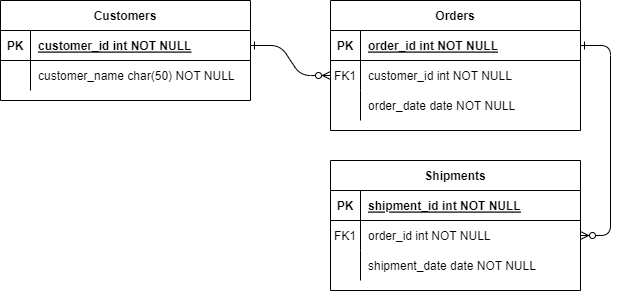
Earlier version of the draw.io export documents/diagrams/DER - Estoque.drawio.png (Estagio-IFSP/Estoque-CTI). Source tidied: cells renumbered, new cells last; positions are measured from the earlier drawing's top-left corner, leaving out a move shared by most shapes.
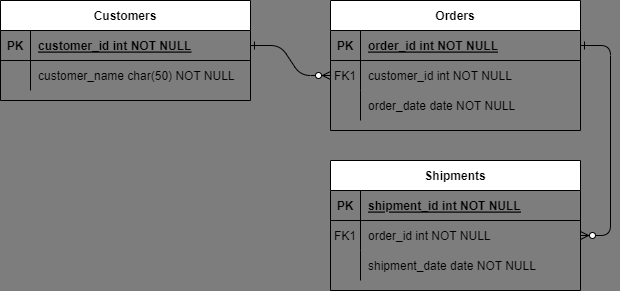
Above is the later version.

What changed in the source:
```diff
@@ -1,92 +1,92 @@
-<mxGraphModel>
+<mxGraphModel background="#7D7D7D">
   <root>
     <mxCell id="0" />
     <mxCell id="1" parent="0" />
-    <mxCell id="2" style="edgeStyle=entityRelationEdgeStyle;endArrow=ERzeroToMany;startArrow=ERone;endFill=1;startFill=0;" parent="1" edge="1" source="25" target="8">
+    <mxCell id="2" style="edgeStyle=entityRelationEdgeStyle;endArrow=ERzeroToMany;startArrow=ERone;endFill=1;startFill=0;fillColor=none;" parent="1" edge="1" source="25" target="8">
       <mxGeometry relative="1" as="geometry" />
     </mxCell>
-    <mxCell id="3" style="edgeStyle=entityRelationEdgeStyle;endArrow=ERzeroToMany;startArrow=ERone;endFill=1;startFill=0;" parent="1" edge="1" source="5" target="18">
+    <mxCell id="3" style="edgeStyle=entityRelationEdgeStyle;endArrow=ERzeroToMany;startArrow=ERone;endFill=1;startFill=0;fillColor=none;" parent="1" edge="1" source="5" target="18">
       <mxGeometry relative="1" as="geometry" />
     </mxCell>
     <mxCell id="4" value="Orders" style="shape=table;startSize=30;rowLines=0;fontStyle=1;align=center;" parent="1" vertex="1">
       <mxGeometry x="330" width="250" height="130" as="geometry" />
     </mxCell>
-    <mxCell id="5" style="shape=partialRectangle;fillColor=none;points=[[0,0.5],[1,0.5]];portConstraint=eastwest;top=0;left=0;right=0;bottom=1;" parent="4" vertex="1">
+    <mxCell id="5" style="shape=partialRectangle;points=[[0,0.5],[1,0.5]];portConstraint=eastwest;top=0;left=0;right=0;bottom=1;fillColor=none;" parent="4" vertex="1">
       <mxGeometry y="30" width="250" height="30" as="geometry" />
     </mxCell>
-    <mxCell id="6" value="PK" style="shape=partialRectangle;overflow=hidden;fillColor=none;top=0;left=0;bottom=0;right=0;fontStyle=1;" parent="5" vertex="1">
+    <mxCell id="6" value="PK" style="shape=partialRectangle;overflow=hidden;top=0;left=0;bottom=0;right=0;fontStyle=1;fillColor=none;" parent="5" vertex="1">
       <mxGeometry width="30" height="30" as="geometry" />
     </mxCell>
-    <mxCell id="7" value="order_id int NOT NULL " style="shape=partialRectangle;overflow=hidden;fillColor=none;top=0;left=0;bottom=0;right=0;align=left;spacingLeft=6;fontStyle=5;" parent="5" vertex="1">
+    <mxCell id="7" value="order_id int NOT NULL " style="shape=partialRectangle;overflow=hidden;top=0;left=0;bottom=0;right=0;align=left;spacingLeft=6;fontStyle=5;fillColor=none;" parent="5" vertex="1">
       <mxGeometry x="30" width="220" height="30" as="geometry" />
     </mxCell>
-    <mxCell id="8" style="shape=partialRectangle;fillColor=none;points=[[0,0.5],[1,0.5]];portConstraint=eastwest;top=0;left=0;right=0;bottom=0;" parent="4" vertex="1">
+    <mxCell id="8" style="shape=partialRectangle;points=[[0,0.5],[1,0.5]];portConstraint=eastwest;top=0;left=0;right=0;bottom=0;fillColor=none;" parent="4" vertex="1">
       <mxGeometry y="60" width="250" height="30" as="geometry" />
     </mxCell>
-    <mxCell id="9" value="FK1" style="shape=partialRectangle;overflow=hidden;fillColor=none;top=0;left=0;bottom=0;right=0;" parent="8" vertex="1">
+    <mxCell id="9" value="FK1" style="shape=partialRectangle;overflow=hidden;top=0;left=0;bottom=0;right=0;fillColor=none;" parent="8" vertex="1">
       <mxGeometry width="30" height="30" as="geometry" />
     </mxCell>
-    <mxCell id="10" value="customer_id int NOT NULL" style="shape=partialRectangle;overflow=hidden;fillColor=none;top=0;left=0;bottom=0;right=0;align=left;spacingLeft=6;" parent="8" vertex="1">
+    <mxCell id="10" value="customer_id int NOT NULL" style="shape=partialRectangle;overflow=hidden;top=0;left=0;bottom=0;right=0;align=left;spacingLeft=6;fillColor=none;" parent="8" vertex="1">
       <mxGeometry x="30" width="220" height="30" as="geometry" />
     </mxCell>
-    <mxCell id="11" style="shape=partialRectangle;fillColor=none;top=0;left=0;right=0;bottom=0;" parent="4" vertex="1">
+    <mxCell id="11" style="shape=partialRectangle;top=0;left=0;right=0;bottom=0;fillColor=none;" parent="4" vertex="1">
       <mxGeometry y="90" width="250" height="30" as="geometry" />
     </mxCell>
-    <mxCell id="12" style="shape=partialRectangle;overflow=hidden;fillColor=none;top=0;left=0;bottom=0;right=0;" parent="11" vertex="1">
+    <mxCell id="12" style="shape=partialRectangle;overflow=hidden;top=0;left=0;bottom=0;right=0;fillColor=none;" parent="11" vertex="1">
       <mxGeometry width="30" height="30" as="geometry" />
     </mxCell>
-    <mxCell id="13" value="order_date date NOT NULL" style="shape=partialRectangle;overflow=hidden;fillColor=none;top=0;left=0;bottom=0;right=0;align=left;spacingLeft=6;" parent="11" vertex="1">
+    <mxCell id="13" value="order_date date NOT NULL" style="shape=partialRectangle;overflow=hidden;top=0;left=0;bottom=0;right=0;align=left;spacingLeft=6;fillColor=none;" parent="11" vertex="1">
       <mxGeometry x="30" width="220" height="30" as="geometry" />
     </mxCell>
     <mxCell id="14" value="Shipments" style="shape=table;startSize=30;rowLines=0;fontStyle=1;align=center;" parent="1" vertex="1">
       <mxGeometry x="330" y="160" width="250" height="130" as="geometry" />
     </mxCell>
-    <mxCell id="15" style="shape=partialRectangle;fillColor=none;top=0;left=0;right=0;bottom=1;" parent="14" vertex="1">
+    <mxCell id="15" style="shape=partialRectangle;top=0;left=0;right=0;bottom=1;fillColor=none;" parent="14" vertex="1">
       <mxGeometry y="30" width="250" height="30" as="geometry" />
     </mxCell>
-    <mxCell id="16" value="PK" style="shape=partialRectangle;overflow=hidden;fillColor=none;top=0;left=0;bottom=0;right=0;fontStyle=1;" parent="15" vertex="1">
+    <mxCell id="16" value="PK" style="shape=partialRectangle;overflow=hidden;top=0;left=0;bottom=0;right=0;fontStyle=1;fillColor=none;" parent="15" vertex="1">
       <mxGeometry width="30" height="30" as="geometry" />
     </mxCell>
-    <mxCell id="17" value="shipment_id int NOT NULL " style="shape=partialRectangle;overflow=hidden;fillColor=none;top=0;left=0;bottom=0;right=0;align=left;spacingLeft=6;fontStyle=5;" parent="15" vertex="1">
+    <mxCell id="17" value="shipment_id int NOT NULL " style="shape=partialRectangle;overflow=hidden;top=0;left=0;bottom=0;right=0;align=left;spacingLeft=6;fontStyle=5;fillColor=none;" parent="15" vertex="1">
       <mxGeometry x="30" width="220" height="30" as="geometry" />
     </mxCell>
-    <mxCell id="18" style="shape=partialRectangle;fillColor=none;points=[[0,0.5],[1,0.5]];portConstraint=eastwest;top=0;left=0;right=0;bottom=0;" parent="14" vertex="1">
+    <mxCell id="18" style="shape=partialRectangle;points=[[0,0.5],[1,0.5]];portConstraint=eastwest;top=0;left=0;right=0;bottom=0;fillColor=none;" parent="14" vertex="1">
       <mxGeometry y="60" width="250" height="30" as="geometry" />
     </mxCell>
-    <mxCell id="19" value="FK1" style="shape=partialRectangle;overflow=hidden;fillColor=none;top=0;left=0;bottom=0;right=0;" parent="18" vertex="1">
+    <mxCell id="19" value="FK1" style="shape=partialRectangle;overflow=hidden;top=0;left=0;bottom=0;right=0;fillColor=none;" parent="18" vertex="1">
       <mxGeometry width="30" height="30" as="geometry" />
     </mxCell>
-    <mxCell id="20" value="order_id int NOT NULL" style="shape=partialRectangle;overflow=hidden;fillColor=none;top=0;left=0;bottom=0;right=0;align=left;spacingLeft=6;" parent="18" vertex="1">
+    <mxCell id="20" value="order_id int NOT NULL" style="shape=partialRectangle;overflow=hidden;top=0;left=0;bottom=0;right=0;align=left;spacingLeft=6;fillColor=none;" parent="18" vertex="1">
       <mxGeometry x="30" width="220" height="30" as="geometry" />
     </mxCell>
-    <mxCell id="21" style="shape=partialRectangle;fillColor=none;top=0;left=0;right=0;bottom=0;" parent="14" vertex="1">
+    <mxCell id="21" style="shape=partialRectangle;top=0;left=0;right=0;bottom=0;fillColor=none;" parent="14" vertex="1">
       <mxGeometry y="90" width="250" height="30" as="geometry" />
     </mxCell>
-    <mxCell id="22" style="shape=partialRectangle;overflow=hidden;fillColor=none;top=0;left=0;bottom=0;right=0;" parent="21" vertex="1">
+    <mxCell id="22" style="shape=partialRectangle;overflow=hidden;top=0;left=0;bottom=0;right=0;fillColor=none;" parent="21" vertex="1">
       <mxGeometry width="30" height="30" as="geometry" />
     </mxCell>
-    <mxCell id="23" value="shipment_date date NOT NULL" style="shape=partialRectangle;overflow=hidden;fillColor=none;top=0;left=0;bottom=0;right=0;align=left;spacingLeft=6;" parent="21" vertex="1">
+    <mxCell id="23" value="shipment_date date NOT NULL" style="shape=partialRectangle;overflow=hidden;top=0;left=0;bottom=0;right=0;align=left;spacingLeft=6;fillColor=none;" parent="21" vertex="1">
       <mxGeometry x="30" width="220" height="30" as="geometry" />
     </mxCell>
     <mxCell id="24" value="Customers" style="shape=table;startSize=30;rowLines=0;fontStyle=1;align=center;" parent="1" vertex="1">
       <mxGeometry width="250" height="100" as="geometry" />
     </mxCell>
-    <mxCell id="25" style="shape=partialRectangle;fillColor=none;points=[[0,0.5],[1,0.5]];portConstraint=eastwest;top=0;left=0;right=0;bottom=1;" parent="24" vertex="1">
+    <mxCell id="25" style="shape=partialRectangle;points=[[0,0.5],[1,0.5]];portConstraint=eastwest;top=0;left=0;right=0;bottom=1;fillColor=none;" parent="24" vertex="1">
       <mxGeometry y="30" width="250" height="30" as="geometry" />
     </mxCell>
-    <mxCell id="26" value="PK" style="shape=partialRectangle;overflow=hidden;fillColor=none;top=0;left=0;bottom=0;right=0;fontStyle=1;" parent="25" vertex="1">
+    <mxCell id="26" value="PK" style="shape=partialRectangle;overflow=hidden;top=0;left=0;bottom=0;right=0;fontStyle=1;fillColor=none;" parent="25" vertex="1">
       <mxGeometry width="30" height="30" as="geometry" />
     </mxCell>
-    <mxCell id="27" value="customer_id int NOT NULL " style="shape=partialRectangle;overflow=hidden;fillColor=none;top=0;left=0;bottom=0;right=0;align=left;spacingLeft=6;fontStyle=5;" parent="25" vertex="1">
+    <mxCell id="27" value="customer_id int NOT NULL " style="shape=partialRectangle;overflow=hidden;top=0;left=0;bottom=0;right=0;align=left;spacingLeft=6;fontStyle=5;fillColor=none;" parent="25" vertex="1">
       <mxGeometry x="30" width="220" height="30" as="geometry" />
     </mxCell>
-    <mxCell id="28" style="shape=partialRectangle;fillColor=none;top=0;left=0;right=0;bottom=0;" parent="24" vertex="1">
+    <mxCell id="28" style="shape=partialRectangle;top=0;left=0;right=0;bottom=0;fillColor=none;" parent="24" vertex="1">
       <mxGeometry y="60" width="250" height="30" as="geometry" />
     </mxCell>
-    <mxCell id="29" style="shape=partialRectangle;overflow=hidden;fillColor=none;top=0;left=0;bottom=0;right=0;" parent="28" vertex="1">
+    <mxCell id="29" style="shape=partialRectangle;overflow=hidden;top=0;left=0;bottom=0;right=0;fillColor=none;" parent="28" vertex="1">
       <mxGeometry width="30" height="30" as="geometry" />
     </mxCell>
-    <mxCell id="30" value="customer_name char(50) NOT NULL" style="shape=partialRectangle;overflow=hidden;fillColor=none;top=0;left=0;bottom=0;right=0;align=left;spacingLeft=6;" parent="28" vertex="1">
+    <mxCell id="30" value="customer_name char(50) NOT NULL" style="shape=partialRectangle;overflow=hidden;top=0;left=0;bottom=0;right=0;align=left;spacingLeft=6;fillColor=none;" parent="28" vertex="1">
       <mxGeometry x="30" width="220" height="30" as="geometry" />
     </mxCell>
   </root>
```
